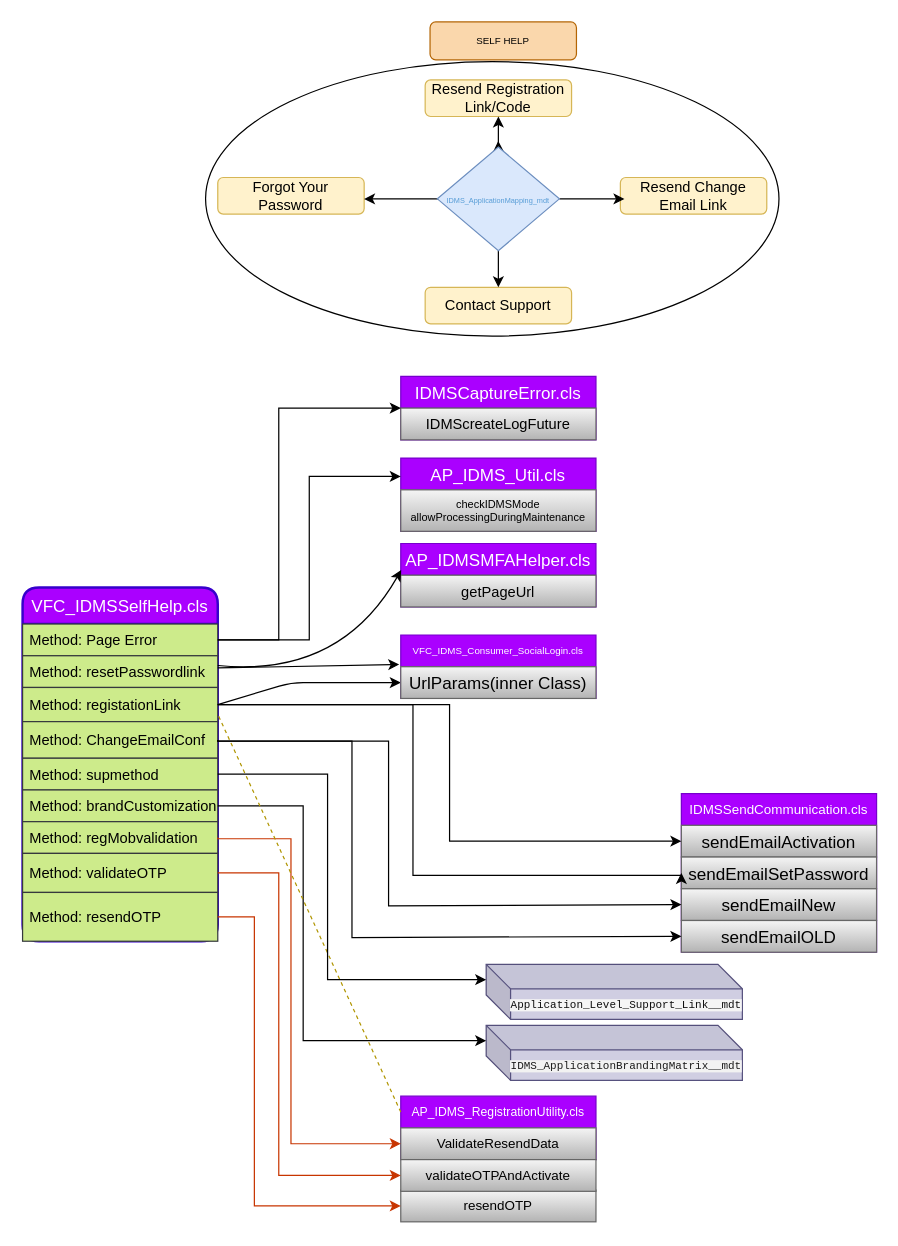
Before: SelfService.drawio in anoopijt/IDMS-Diagrams, a draw.io diagram. Source tidied: cells renumbered, new cells numbered last; positions are measured from the earlier drawing's top-left corner, leaving out a move shared by most shapes. Both pictures are drawn from the tidied source at 122%, with x=0, y=0 at pixel (22, 21).
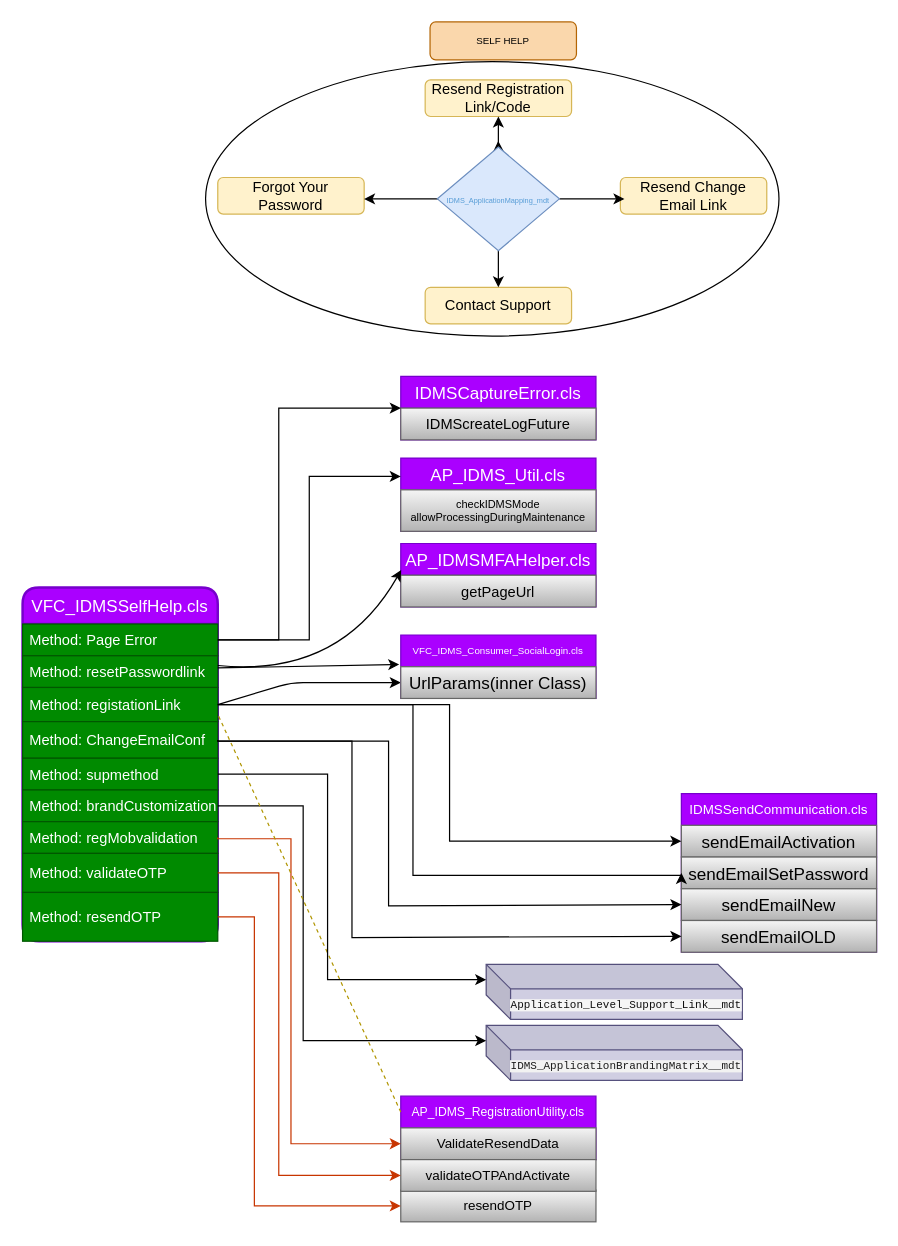
After the change.

Change to the diagram source:
```diff
@@
-    <mxCell id="7" value="VFC_IDMSSelfHelp.cls" style="swimlane;horizontal=1;startSize=30;fillColor=#AA00FF;rounded=1;fontSize=14;fontStyle=0;strokeWidth=2;shadow=0;dashed=0;align=center;strokeColor=#3700CC;fontColor=#ffffff;" parent="1" vertex="1">
+    <mxCell id="7" value="VFC_IDMSSelfHelp.cls" style="swimlane;horizontal=1;startSize=30;fillColor=#aa00ff;rounded=1;fontSize=14;fontStyle=0;strokeWidth=2;shadow=0;dashed=0;align=center;strokeColor=#7700CC;fontColor=#ffffff;" parent="1" vertex="1">
       <mxGeometry y="464" width="160" height="290" as="geometry" />
     </mxCell>
-    <mxCell id="8" value="Method: Page Error" style="text;align=left;verticalAlign=middle;spacingLeft=4;spacingRight=4;strokeColor=#36393d;fillColor=#cdeb8b;points=[[0,0.5],[1,0.5]];portConstraint=eastwest;fontSize=12;" parent="7" vertex="1">
+    <mxCell id="8" value="Method: Page Error" style="text;align=left;verticalAlign=middle;spacingLeft=4;spacingRight=4;strokeColor=#005700;fillColor=#008a00;points=[[0,0.5],[1,0.5]];portConstraint=eastwest;fontSize=12;fontColor=#ffffff;" parent="7" vertex="1">
       <mxGeometry y="30" width="160" height="26" as="geometry" />
     </mxCell>
-    <mxCell id="9" value="Method: resetPasswordlink" style="text;align=left;verticalAlign=middle;spacingLeft=4;spacingRight=4;strokeColor=#36393d;fillColor=#cdeb8b;fontSize=12;" parent="7" vertex="1">
+    <mxCell id="9" value="Method: resetPasswordlink" style="text;align=left;verticalAlign=middle;spacingLeft=4;spacingRight=4;strokeColor=#005700;fillColor=#008a00;fontSize=12;fontColor=#ffffff;" parent="7" vertex="1">
       <mxGeometry y="56" width="160" height="26" as="geometry" />
     </mxCell>
-    <mxCell id="10" value="Method: registationLink" style="text;align=left;verticalAlign=middle;spacingLeft=4;spacingRight=4;strokeColor=#36393d;fillColor=#cdeb8b;points=[[0,0.5],[1,0.5]];portConstraint=eastwest;fontSize=12;" parent="7" vertex="1">
+    <mxCell id="10" value="Method: registationLink" style="text;align=left;verticalAlign=middle;spacingLeft=4;spacingRight=4;strokeColor=#005700;fillColor=#008a00;points=[[0,0.5],[1,0.5]];portConstraint=eastwest;fontSize=12;fontColor=#ffffff;" parent="7" vertex="1">
       <mxGeometry y="82" width="160" height="28" as="geometry" />
     </mxCell>
-    <mxCell id="11" value="Method: ChangeEmailConf" style="text;align=left;verticalAlign=middle;spacingLeft=4;spacingRight=4;strokeColor=#36393d;fillColor=#cdeb8b;points=[[0,0.5],[1,0.5]];portConstraint=eastwest;fontSize=12;" parent="7" vertex="1">
+    <mxCell id="11" value="Method: ChangeEmailConf" style="text;align=left;verticalAlign=middle;spacingLeft=4;spacingRight=4;strokeColor=#005700;fillColor=#008a00;points=[[0,0.5],[1,0.5]];portConstraint=eastwest;fontSize=12;fontColor=#ffffff;" parent="7" vertex="1">
       <mxGeometry y="110" width="160" height="30" as="geometry" />
     </mxCell>
-    <mxCell id="12" value="Method: supmethod" style="text;align=left;verticalAlign=middle;spacingLeft=4;spacingRight=4;strokeColor=#36393d;fillColor=#cdeb8b;points=[[0,0.5],[1,0.5]];portConstraint=eastwest;fontSize=12;" parent="7" vertex="1">
+    <mxCell id="12" value="Method: supmethod" style="text;align=left;verticalAlign=middle;spacingLeft=4;spacingRight=4;strokeColor=#005700;fillColor=#008a00;points=[[0,0.5],[1,0.5]];portConstraint=eastwest;fontSize=12;fontColor=#ffffff;" parent="7" vertex="1">
       <mxGeometry y="140" width="160" height="26" as="geometry" />
     </mxCell>
-    <mxCell id="13" value="Method: brandCustomization" style="text;align=left;verticalAlign=middle;spacingLeft=4;spacingRight=4;strokeColor=#36393d;fillColor=#cdeb8b;points=[[0,0.5],[1,0.5]];portConstraint=eastwest;fontSize=12;" parent="7" vertex="1">
+    <mxCell id="13" value="Method: brandCustomization" style="text;align=left;verticalAlign=middle;spacingLeft=4;spacingRight=4;strokeColor=#005700;fillColor=#008a00;points=[[0,0.5],[1,0.5]];portConstraint=eastwest;fontSize=12;fontColor=#ffffff;" parent="7" vertex="1">
       <mxGeometry y="166" width="160" height="26" as="geometry" />
     </mxCell>
-    <mxCell id="14" value="Method: regMobvalidation" style="text;align=left;verticalAlign=middle;spacingLeft=4;spacingRight=4;strokeColor=#36393d;fillColor=#cdeb8b;points=[[0,0.5],[1,0.5]];portConstraint=eastwest;fontSize=12;" parent="7" vertex="1">
+    <mxCell id="14" value="Method: regMobvalidation" style="text;align=left;verticalAlign=middle;spacingLeft=4;spacingRight=4;strokeColor=#005700;fillColor=#008a00;points=[[0,0.5],[1,0.5]];portConstraint=eastwest;fontSize=12;fontColor=#ffffff;" parent="7" vertex="1">
       <mxGeometry y="192" width="160" height="26" as="geometry" />
     </mxCell>
-    <mxCell id="15" value="Method: validateOTP" style="text;align=left;verticalAlign=middle;spacingLeft=4;spacingRight=4;strokeColor=#36393d;fillColor=#cdeb8b;points=[[0,0.5],[1,0.5]];portConstraint=eastwest;fontSize=12;" parent="7" vertex="1">
+    <mxCell id="15" value="Method: validateOTP" style="text;align=left;verticalAlign=middle;spacingLeft=4;spacingRight=4;strokeColor=#005700;fillColor=#008a00;points=[[0,0.5],[1,0.5]];portConstraint=eastwest;fontSize=12;fontColor=#ffffff;" parent="7" vertex="1">
       <mxGeometry y="218" width="160" height="32" as="geometry" />
     </mxCell>
-    <mxCell id="16" value="Method: resendOTP" style="text;align=left;verticalAlign=middle;spacingLeft=4;spacingRight=4;strokeColor=#36393d;fillColor=#cdeb8b;points=[[0,0.5],[1,0.5]];portConstraint=eastwest;fontSize=12;" parent="7" vertex="1">
+    <mxCell id="16" value="Method: resendOTP" style="text;align=left;verticalAlign=middle;spacingLeft=4;spacingRight=4;strokeColor=#005700;fillColor=#008a00;points=[[0,0.5],[1,0.5]];portConstraint=eastwest;fontSize=12;fontColor=#ffffff;" parent="7" vertex="1">
       <mxGeometry y="250" width="160" height="40" as="geometry" />
     </mxCell>
```
